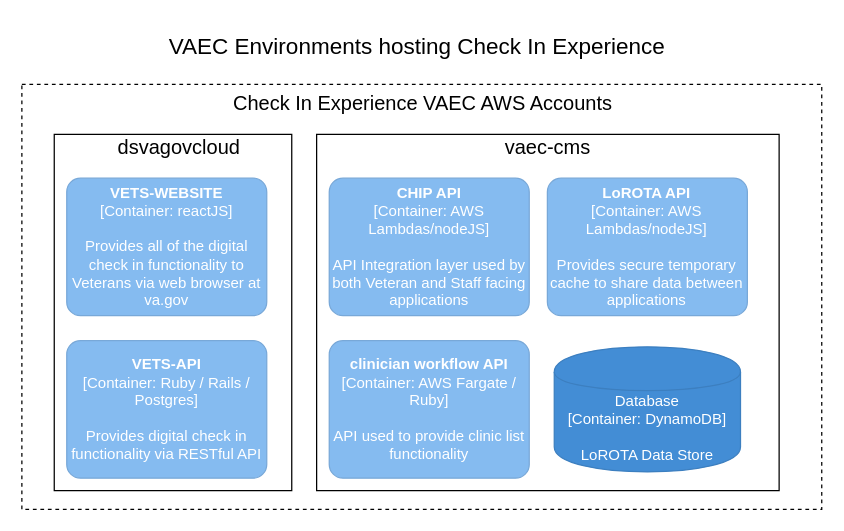
Earlier version of the draw.io diagram page "container-diagram" (1 of 2) of products/health-care/checkin/engineering/architecture-diagrams/deploymentEnvironments-checkInExp.drawio (department-of-veterans-affairs/va.gov-team). Source tidied: cells renumbered, new cells numbered last; positions are measured from the earlier drawing's top-left corner, leaving out a move shared by most shapes. Both pictures are drawn from the tidied source at 125%, with x=0, y=0 at pixel (21, 21).
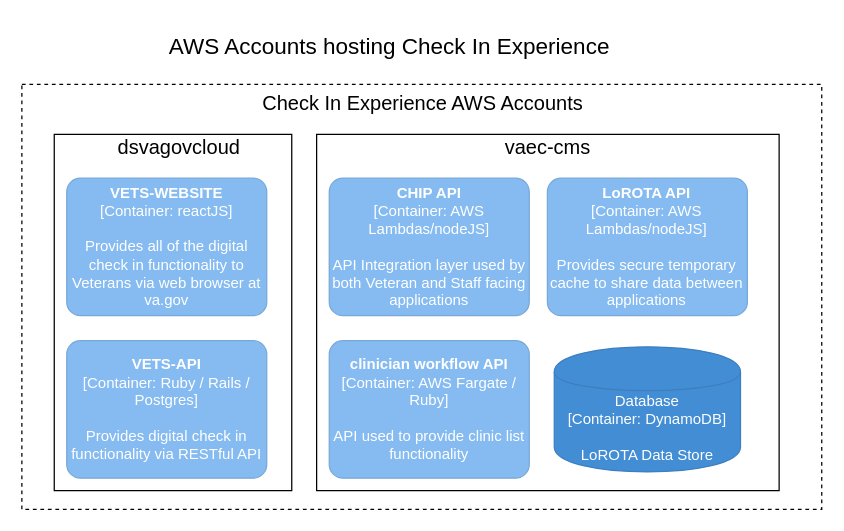
Above is the later version.

Commit message (it also covers changes not shown here):
Update deployment environments PNG and source.

The edit, as a diff of the source:
```diff
@@
 <mxGraphModel>
   <root>
     <mxCell id="0" />
     <mxCell id="1" parent="0" />
     <mxCell id="2" style="rounded=0;whiteSpace=wrap;html=1;dashed=1;" parent="1" vertex="1">
       <mxGeometry y="50" width="639.9" height="340" as="geometry" />
     </mxCell>
-    <mxCell id="3" value="&lt;font style=&quot;font-size: 18px&quot;&gt;VAEC Environments hosting Check In Experience&lt;/font&gt;" style="text;html=1;strokeColor=none;fillColor=none;align=left;verticalAlign=middle;whiteSpace=wrap;rounded=0;dashed=1;" parent="1" vertex="1">
+    <mxCell id="3" value="&lt;font style=&quot;font-size: 18px&quot;&gt;AWS Accounts hosting Check In Experience&lt;/font&gt;" style="text;html=1;strokeColor=none;fillColor=none;align=left;verticalAlign=middle;whiteSpace=wrap;rounded=0;dashed=1;" parent="1" vertex="1">
       <mxGeometry x="116.3" width="419.1" height="40" as="geometry" />
     </mxCell>
-    <mxCell id="4" value="Check In Experience VAEC AWS Accounts" style="text;html=1;strokeColor=none;fillColor=none;align=center;verticalAlign=middle;whiteSpace=wrap;rounded=0;dashed=1;fontSize=16;" parent="1" vertex="1">
+    <mxCell id="4" value="Check In Experience AWS Accounts" style="text;html=1;strokeColor=none;fillColor=none;align=center;verticalAlign=middle;whiteSpace=wrap;rounded=0;dashed=1;fontSize=16;" parent="1" vertex="1">
       <mxGeometry x="5.9" y="50" width="630" height="30" as="geometry" />
     </mxCell>
     <mxCell id="5" style="rounded=0;whiteSpace=wrap;html=1;fontSize=16;" parent="1" vertex="1">
       <mxGeometry x="25.9" y="90" width="190" height="285" as="geometry" />
     </mxCell>
     <object id="6" label="&lt;b&gt;%c4Name%&lt;/b&gt;&lt;div&gt;[%c4Type%: %c4Technology%]&lt;/div&gt;&lt;br&gt;&lt;div&gt;%c4Description%&lt;/div&gt;" c4Description="Provides all of the digital check in functionality to Veterans via web browser at va.gov" c4Name="VETS-WEBSITE" c4Technology="reactJS" c4Type="Container" placeholders="1">
       <mxCell style="rounded=1;whiteSpace=wrap;html=1;labelBackgroundColor=none;fillColor=#85BBF0;fontColor=#ffffff;align=center;arcSize=10;strokeColor=#78A8D8;metaData={&quot;c4Type&quot;:{&quot;editable&quot;:false}};" parent="1" vertex="1">
         <mxGeometry x="35.9" y="125" width="160" height="110" as="geometry" />
       </mxCell>
     </object>
     <object id="7" label="&lt;b&gt;%c4Name%&lt;/b&gt;&lt;div&gt;[%c4Type%: %c4Technology%]&lt;/div&gt;&lt;br&gt;&lt;div&gt;%c4Description%&lt;/div&gt;" c4Description="Provides digital check in functionality via RESTful API" c4Name="VETS-API" c4Technology="Ruby / Rails / Postgres" c4Type="Container" placeholders="1">
       <mxCell style="rounded=1;whiteSpace=wrap;html=1;labelBackgroundColor=none;fillColor=#85BBF0;fontColor=#ffffff;align=center;arcSize=10;strokeColor=#78A8D8;metaData={&quot;c4Type&quot;:{&quot;editable&quot;:false}};" parent="1" vertex="1">
         <mxGeometry x="35.9" y="255" width="160" height="110" as="geometry" />
       </mxCell>
     </object>
     <mxCell id="8" value="dsvagovcloud" style="text;html=1;strokeColor=none;fillColor=none;align=center;verticalAlign=middle;whiteSpace=wrap;rounded=0;fontSize=16;" parent="1" vertex="1">
       <mxGeometry x="25.9" y="90" width="200" height="20" as="geometry" />
     </mxCell>
     <mxCell id="9" style="rounded=0;whiteSpace=wrap;html=1;fontSize=16;" parent="1" vertex="1">
       <mxGeometry x="235.8" y="90" width="370" height="285" as="geometry" />
     </mxCell>
     <object id="10" label="&lt;b&gt;%c4Name%&lt;/b&gt;&lt;div&gt;[%c4Type%: %c4Technology%]&lt;/div&gt;&lt;br&gt;&lt;div&gt;%c4Description%&lt;/div&gt;" c4Description="API Integration layer used by both Veteran and Staff facing applications" c4Name="CHIP API" c4Technology="AWS Lambdas/nodeJS" c4Type="Container" placeholders="1">
       <mxCell style="rounded=1;whiteSpace=wrap;html=1;labelBackgroundColor=none;fillColor=#85BBF0;fontColor=#ffffff;align=center;arcSize=10;strokeColor=#78A8D8;metaData={&quot;c4Type&quot;:{&quot;editable&quot;:false}};" parent="1" vertex="1">
         <mxGeometry x="245.9" y="125" width="160" height="110" as="geometry" />
       </mxCell>
     </object>
     <object id="11" label="&lt;b&gt;%c4Name%&lt;/b&gt;&lt;div&gt;[%c4Type%: %c4Technology%]&lt;/div&gt;&lt;br&gt;&lt;div&gt;%c4Description%&lt;/div&gt;" c4Description="Provides secure temporary cache to share data between applications" c4Name="LoROTA API" c4Technology="AWS Lambdas/nodeJS" c4Type="Container" placeholders="1">
       <mxCell style="rounded=1;whiteSpace=wrap;html=1;labelBackgroundColor=none;fillColor=#85BBF0;fontColor=#ffffff;align=center;arcSize=10;strokeColor=#78A8D8;metaData={&quot;c4Type&quot;:{&quot;editable&quot;:false}};" parent="1" vertex="1">
         <mxGeometry x="420.4" y="125" width="160" height="110" as="geometry" />
       </mxCell>
     </object>
     <object id="12" label="%c4Type%&lt;div&gt;[Container:&amp;nbsp;%c4Technology%]&lt;/div&gt;&lt;br&gt;&lt;div&gt;%c4Description%&lt;/div&gt;" c4Description="LoROTA Data Store" c4Technology="DynamoDB" c4Type="Database" placeholders="1">
       <mxCell style="shape=cylinder;whiteSpace=wrap;html=1;boundedLbl=1;rounded=0;labelBackgroundColor=none;fillColor=#438DD5;fontSize=12;fontColor=#ffffff;align=center;strokeColor=#3C7FC0;metaData={&quot;c4Type&quot;:{&quot;editable&quot;:false}};" parent="1" vertex="1">
         <mxGeometry x="425.9" y="260" width="149" height="100" as="geometry" />
       </mxCell>
     </object>
     <object id="13" label="&lt;b&gt;%c4Name%&lt;/b&gt;&lt;div&gt;[%c4Type%: %c4Technology%]&lt;/div&gt;&lt;br&gt;&lt;div&gt;%c4Description%&lt;/div&gt;" c4Description="API used to provide clinic list functionality" c4Name="clinician workflow API" c4Technology="AWS Fargate / Ruby" c4Type="Container" placeholders="1">
       <mxCell style="rounded=1;whiteSpace=wrap;html=1;labelBackgroundColor=none;fillColor=#85BBF0;fontColor=#ffffff;align=center;arcSize=10;strokeColor=#78A8D8;metaData={&quot;c4Type&quot;:{&quot;editable&quot;:false}};" parent="1" vertex="1">
         <mxGeometry x="245.9" y="255" width="160" height="110" as="geometry" />
       </mxCell>
     </object>
     <mxCell id="14" value="vaec-cms" style="text;html=1;strokeColor=none;fillColor=none;align=center;verticalAlign=middle;whiteSpace=wrap;rounded=0;fontSize=16;" parent="1" vertex="1">
       <mxGeometry x="235.8" y="90" width="370" height="20" as="geometry" />
     </mxCell>
   </root>
 </mxGraphModel>
```
